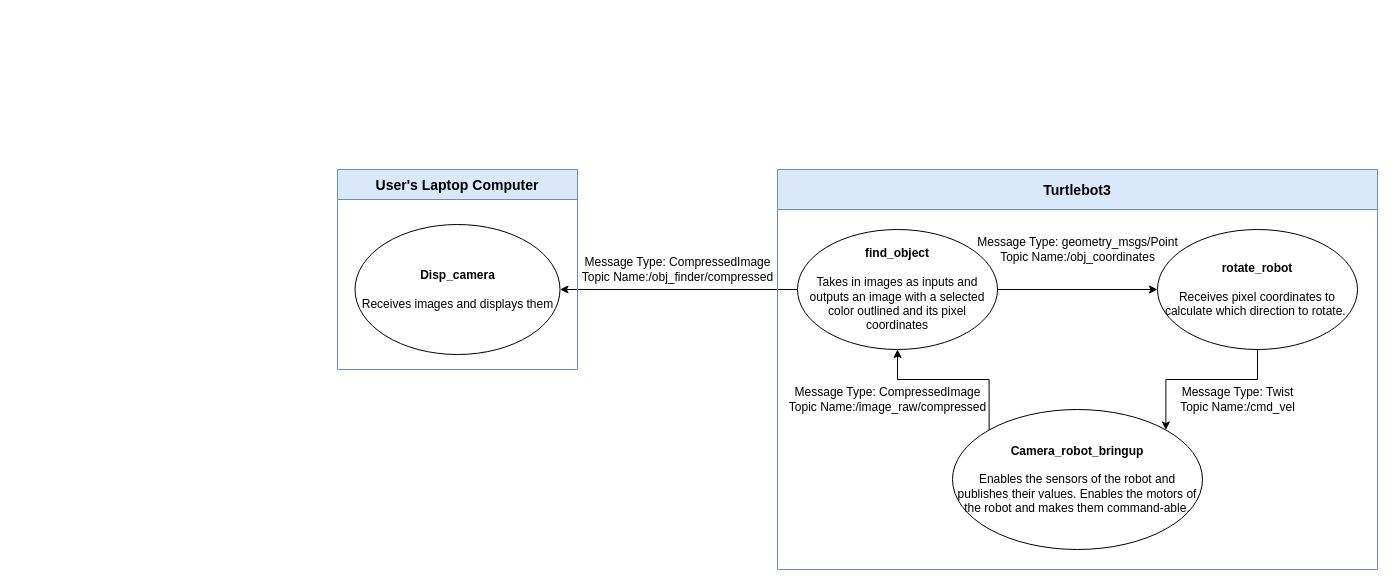
hcarius3/ME7785_RoboticsResearch keeps this draw.io diagram as Lab2/Lab2.drawio. Above is the earlier version. Source tidied: cells renumbered, new cells numbered last; positions are measured from the earlier drawing's top-left corner, leaving out a move shared by most shapes. Both pictures are drawn from the tidied source at 100%, with x=0, y=0 at pixel (337, 17).
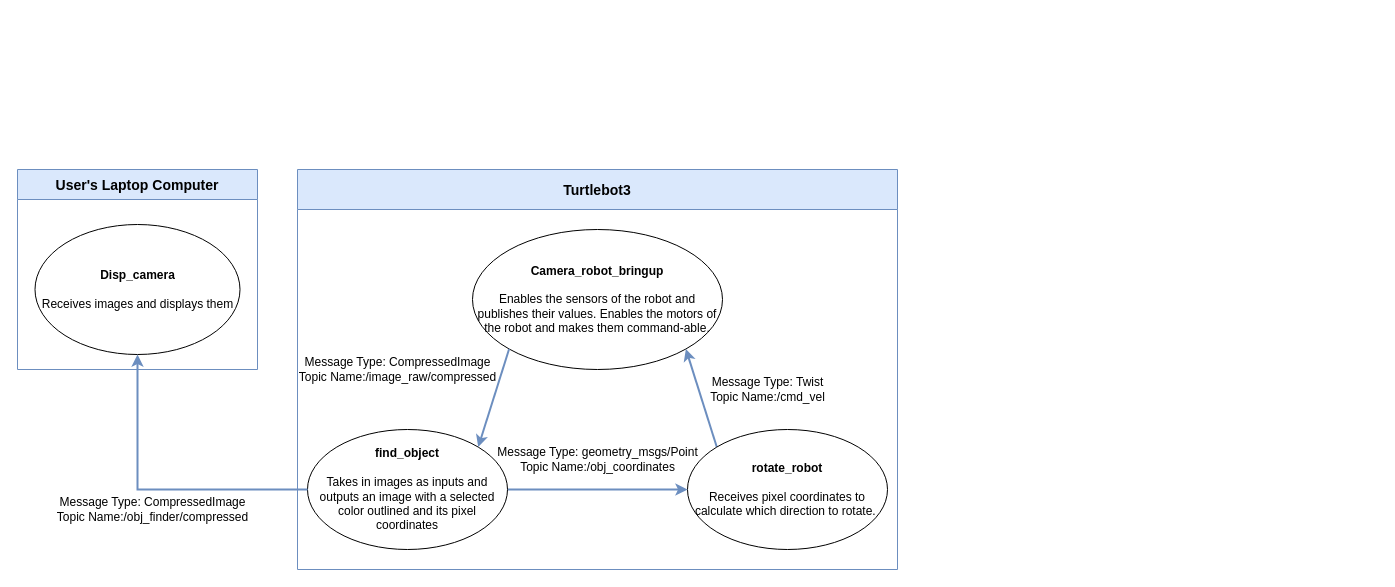
The same diagram, later.

Commit message:
compressed the diagram

The edit, as a diff of the source:
```diff
@@
 <mxGraphModel>
   <root>
     <mxCell id="0" />
     <mxCell id="1" parent="0" />
-    <mxCell id="2" style="edgeStyle=orthogonalEdgeStyle;rounded=0;jettySize=auto;html=1;exitX=0;exitY=0.5;exitDx=0;exitDy=0;" parent="1" edge="1" source="10" target="6">
-      <mxGeometry relative="1" as="geometry" />
-    </mxCell>
     <mxCell id="3" value="Message Type: CompressedImage&lt;div&gt;Topic Name:/obj_finder/compressed&lt;/div&gt;" style="text;html=1;align=center;verticalAlign=middle;strokeColor=none;fillColor=none;" parent="1" vertex="1">
-      <mxGeometry x="235" y="232" width="210" height="40" as="geometry" />
+      <mxGeometry x="-290" y="472" width="210" height="40" as="geometry" />
     </mxCell>
     <mxCell id="4" style="text;html=1;align=center;verticalAlign=middle;strokeColor=none;fillColor=none;" parent="1" vertex="1">
       <mxGeometry x="230" width="20" height="30" as="geometry" />
     </mxCell>
     <mxCell id="5" value="User's Laptop Computer" style="swimlane;startSize=30;horizontal=1;containerType=tree;fontSize=14;fillColor=#dae8fc;strokeColor=#6c8ebf;" parent="1" vertex="1">
-      <mxGeometry y="152" width="240" height="200" as="geometry" />
+      <mxGeometry x="-320" y="152" width="240" height="200" as="geometry" />
     </mxCell>
     <mxCell id="6" value="&lt;b&gt;Disp_camera&lt;/b&gt;&lt;div&gt;&lt;b&gt;&lt;br&gt;&lt;/b&gt;&lt;/div&gt;&lt;div&gt;Receives images and displays them&lt;/div&gt;" style="ellipse;whiteSpace=wrap;html=1;" parent="5" vertex="1">
       <mxGeometry x="17.5" y="55" width="205" height="130" as="geometry" />
     </mxCell>
     <mxCell id="7" value="Turtlebot3" style="swimlane;startSize=40;horizontal=1;containerType=tree;fontSize=14;fillColor=#dae8fc;strokeColor=#6c8ebf;" parent="1" vertex="1">
-      <mxGeometry x="440" y="152" width="600" height="400" as="geometry" />
+      <mxGeometry x="-40" y="152" width="600" height="400" as="geometry" />
     </mxCell>
+    <mxCell id="14" style="rounded=0;jettySize=auto;html=1;exitX=0;exitY=0;exitDx=0;exitDy=0;entryX=1;entryY=1;entryDx=0;entryDy=0;strokeWidth=2;fillColor=#dae8fc;strokeColor=#6c8ebf;" parent="7" edge="1" source="8" target="12">
+      <mxGeometry relative="1" as="geometry" />
+    </mxCell>
     <mxCell id="8" value="&lt;b&gt;rotate_robot&lt;/b&gt;&lt;div&gt;&lt;b&gt;&lt;br&gt;&lt;/b&gt;&lt;/div&gt;&lt;div&gt;Receives pixel coordinates to calculate which direction to rotate.&amp;nbsp;&lt;/div&gt;" style="ellipse;whiteSpace=wrap;html=1;" parent="7" vertex="1">
-      <mxGeometry x="380" y="60" width="200" height="120" as="geometry" />
+      <mxGeometry x="390" y="260" width="200" height="120" as="geometry" />
     </mxCell>
     <mxCell id="9" value="Message Type: geometry_msgs/Point&lt;div&gt;Topic Name:/obj_coordinates&lt;/div&gt;" style="text;html=1;align=center;verticalAlign=middle;strokeColor=none;fillColor=none;" parent="7" vertex="1">
-      <mxGeometry x="190" y="60" width="220" height="40" as="geometry" />
+      <mxGeometry x="190" y="270" width="220" height="40" as="geometry" />
     </mxCell>
+    <mxCell id="11" style="edgeStyle=orthogonalEdgeStyle;rounded=0;jettySize=auto;html=1;exitX=0;exitY=0.5;exitDx=0;exitDy=0;entryX=0;entryY=0.5;entryDx=0;entryDy=0;strokeWidth=2;fillColor=#dae8fc;strokeColor=#6c8ebf;" parent="7" edge="1" source="10" target="8">
+      <mxGeometry relative="1" as="geometry" />
+    </mxCell>
-    <mxCell id="10" value="&lt;b&gt;find_object&lt;/b&gt;&lt;div&gt;&lt;b&gt;&lt;br&gt;&lt;/b&gt;&lt;/div&gt;&lt;div&gt;Takes in images as inputs and outputs an image with a selected color outlined and its pixel coordinates&lt;/div&gt;" style="ellipse;whiteSpace=wrap;html=1;" parent="7" vertex="1">
-      <mxGeometry x="20" y="60" width="200" height="120" as="geometry" />
+    <mxCell id="10" value="&lt;b&gt;find_object&lt;/b&gt;&lt;div&gt;&lt;b&gt;&lt;br&gt;&lt;/b&gt;&lt;/div&gt;&lt;div&gt;Takes in images as inputs and outputs an image with a selected color outlined and its pixel coordinates&lt;/div&gt;" style="ellipse;whiteSpace=wrap;html=1;direction=west;" parent="7" vertex="1">
+      <mxGeometry x="10" y="260" width="200" height="120" as="geometry" />
     </mxCell>
-    <mxCell id="11" style="edgeStyle=orthogonalEdgeStyle;rounded=0;jettySize=auto;html=1;exitX=1;exitY=0.5;exitDx=0;exitDy=0;entryX=0;entryY=0.5;entryDx=0;entryDy=0;" parent="7" edge="1" source="10" target="8">
-      <mxGeometry relative="1" as="geometry" />
-    </mxCell>
     <mxCell id="12" value="&lt;b&gt;Camera_robot_bringup&lt;br&gt;&lt;/b&gt;&lt;div&gt;&lt;b&gt;&lt;br&gt;&lt;/b&gt;&lt;/div&gt;&lt;div&gt;Enables the sensors of the robot and publishes their values. Enables the motors of the robot and makes them command-able.&lt;/div&gt;" style="ellipse;whiteSpace=wrap;html=1;" parent="7" vertex="1">
-      <mxGeometry x="175" y="240" width="250" height="140" as="geometry" />
+      <mxGeometry x="175" y="60" width="250" height="140" as="geometry" />
     </mxCell>
-    <mxCell id="13" style="edgeStyle=orthogonalEdgeStyle;rounded=0;jettySize=auto;html=1;exitX=0;exitY=0;exitDx=0;exitDy=0;entryX=0.5;entryY=1;entryDx=0;entryDy=0;" parent="7" edge="1" source="12" target="10">
-      <mxGeometry relative="1" as="geometry" />
-    </mxCell>
-    <mxCell id="14" style="edgeStyle=orthogonalEdgeStyle;rounded=0;jettySize=auto;html=1;exitX=0.5;exitY=1;exitDx=0;exitDy=0;entryX=1;entryY=0;entryDx=0;entryDy=0;" parent="7" edge="1" source="8" target="12">
-      <mxGeometry relative="1" as="geometry" />
-    </mxCell>
     <mxCell id="15" value="Message Type: CompressedImage&lt;div&gt;Topic Name:/image_raw/compressed&lt;/div&gt;" style="text;html=1;align=center;verticalAlign=middle;strokeColor=none;fillColor=none;" parent="7" vertex="1">
-      <mxGeometry y="210" width="220" height="40" as="geometry" />
+      <mxGeometry x="-10" y="180" width="220" height="40" as="geometry" />
     </mxCell>
     <mxCell id="16" value="Message Type: Twist&lt;div&gt;Topic Name:/cmd_vel&lt;/div&gt;" style="text;html=1;align=center;verticalAlign=middle;strokeColor=none;fillColor=none;" parent="7" vertex="1">
-      <mxGeometry x="390" y="210" width="140" height="40" as="geometry" />
+      <mxGeometry x="400" y="200" width="140" height="40" as="geometry" />
     </mxCell>
+    <mxCell id="13" style="rounded=0;jettySize=auto;html=1;exitX=0;exitY=1;exitDx=0;exitDy=0;entryX=0;entryY=1;entryDx=0;entryDy=0;strokeWidth=2;fillColor=#dae8fc;strokeColor=#6c8ebf;" parent="7" edge="1" source="12" target="10">
+      <mxGeometry relative="1" as="geometry" />
+    </mxCell>
+    <mxCell id="2" style="edgeStyle=orthogonalEdgeStyle;rounded=0;jettySize=auto;html=1;exitX=1;exitY=0.5;exitDx=0;exitDy=0;entryX=0.5;entryY=1;entryDx=0;entryDy=0;strokeWidth=2;fillColor=#dae8fc;strokeColor=#6c8ebf;" parent="1" edge="1" source="10" target="6">
+      <mxGeometry relative="1" as="geometry" />
+    </mxCell>
   </root>
 </mxGraphModel>
```
